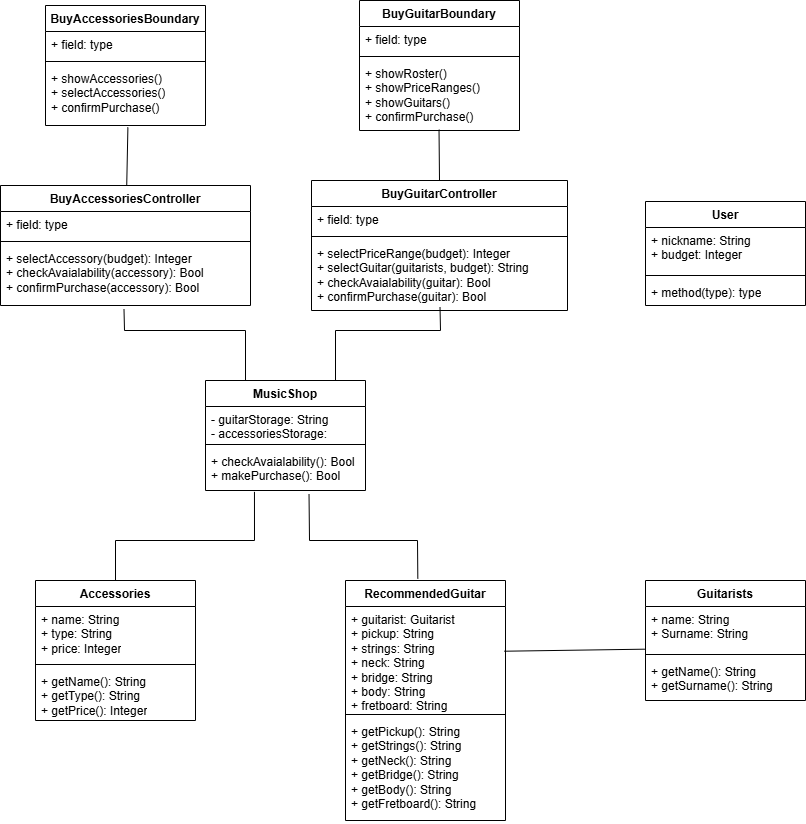
Before: diagrams/BCEM.drawio.png, a diagram exported from draw.io (TizianoLilli/ISPW-Project). Source tidied: cells renumbered, new cells last; positions are measured from the earlier drawing's top-left corner, leaving out a move shared by most shapes.
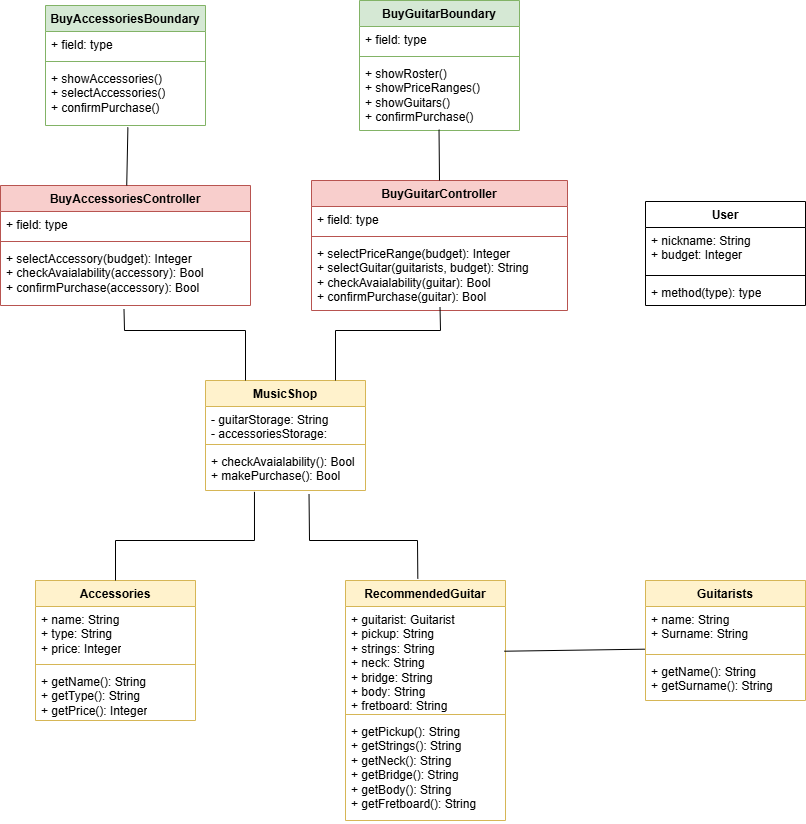
The same diagram one commit later.

What changed in the source:
```diff
@@ -2,7 +2,7 @@
   <root>
     <mxCell id="0" />
     <mxCell id="1" parent="0" />
-    <mxCell id="2" value="Guitarists" style="swimlane;fontStyle=1;align=center;verticalAlign=top;horizontal=1;startSize=26;whiteSpace=wrap;html=1;" parent="1" vertex="1">
+    <mxCell id="2" value="Guitarists" style="swimlane;fontStyle=1;align=center;verticalAlign=top;horizontal=1;startSize=26;whiteSpace=wrap;html=1;fillColor=#fff2cc;strokeColor=#d6b656;" parent="1" vertex="1">
       <mxGeometry x="645" y="580" width="160" height="120" as="geometry" />
     </mxCell>
     <mxCell id="3" value="+ name: String&lt;div&gt;+ Surname: String&lt;/div&gt;" style="text;strokeColor=none;fillColor=none;align=left;verticalAlign=top;spacingLeft=4;spacingRight=4;overflow=hidden;points=[[0,0.5],[1,0.5]];portConstraint=eastwest;whiteSpace=wrap;html=1;" parent="2" vertex="1">
@@ -14,7 +14,7 @@
     <mxCell id="5" value="+ getName(): String&lt;div&gt;+ getSurname(): String&lt;/div&gt;" style="text;strokeColor=none;fillColor=none;align=left;verticalAlign=top;spacingLeft=4;spacingRight=4;overflow=hidden;whiteSpace=wrap;html=1;" parent="2" vertex="1">
       <mxGeometry y="78" width="160" height="42" as="geometry" />
     </mxCell>
-    <mxCell id="6" value="RecommendedGuitar" style="swimlane;fontStyle=1;align=center;verticalAlign=top;horizontal=1;startSize=26;whiteSpace=wrap;html=1;" parent="1" vertex="1">
+    <mxCell id="6" value="RecommendedGuitar" style="swimlane;fontStyle=1;align=center;verticalAlign=top;horizontal=1;startSize=26;whiteSpace=wrap;html=1;fillColor=#fff2cc;strokeColor=#d6b656;" parent="1" vertex="1">
       <mxGeometry x="345" y="580" width="160" height="240" as="geometry" />
     </mxCell>
     <mxCell id="7" value="+ guitarist: Guitarist&lt;div&gt;+ pickup: String&lt;/div&gt;&lt;div&gt;+ strings: String&lt;/div&gt;&lt;div&gt;+ neck: String&lt;/div&gt;&lt;div&gt;+ bridge: String&lt;/div&gt;&lt;div&gt;+ body: String&lt;/div&gt;&lt;div&gt;+ fretboard: String&lt;/div&gt;" style="text;strokeColor=none;fillColor=none;align=left;verticalAlign=top;spacingLeft=4;spacingRight=4;overflow=hidden;points=[[0,0.5],[1,0.5]];portConstraint=eastwest;whiteSpace=wrap;html=1;" parent="6" vertex="1">
@@ -38,7 +38,7 @@
     <mxCell id="13" value="+ method(type): type" style="text;strokeColor=none;fillColor=none;align=left;verticalAlign=top;spacingLeft=4;spacingRight=4;overflow=hidden;whiteSpace=wrap;html=1;" parent="10" vertex="1">
       <mxGeometry y="78" width="160" height="26" as="geometry" />
     </mxCell>
-    <mxCell id="14" value="BuyGuitarController" style="swimlane;fontStyle=1;align=center;verticalAlign=top;horizontal=1;startSize=26;whiteSpace=wrap;html=1;" parent="1" vertex="1">
+    <mxCell id="14" value="BuyGuitarController" style="swimlane;fontStyle=1;align=center;verticalAlign=top;horizontal=1;startSize=26;whiteSpace=wrap;html=1;fillColor=#f8cecc;strokeColor=#b85450;" parent="1" vertex="1">
       <mxGeometry x="311" y="180" width="256" height="130" as="geometry" />
     </mxCell>
     <mxCell id="15" value="+ field: type" style="text;strokeColor=none;fillColor=none;align=left;verticalAlign=top;spacingLeft=4;spacingRight=4;overflow=hidden;whiteSpace=wrap;html=1;" parent="14" vertex="1">
@@ -50,7 +50,7 @@
     <mxCell id="17" value="+ selectPriceRange(budget): Integer&lt;div&gt;+ selectGuitar(guitarists, budget): String&lt;/div&gt;&lt;div&gt;+ checkAvaialability(guitar): Bool&lt;/div&gt;&lt;div&gt;+ confirmPurchase(guitar): Bool&lt;/div&gt;" style="text;strokeColor=none;fillColor=none;align=left;verticalAlign=top;spacingLeft=4;spacingRight=4;overflow=hidden;points=[[0,0.5],[1,0.5]];portConstraint=eastwest;whiteSpace=wrap;html=1;" parent="14" vertex="1">
       <mxGeometry y="60" width="256" height="70" as="geometry" />
     </mxCell>
-    <mxCell id="18" value="BuyGuitarBoundary" style="swimlane;fontStyle=1;align=center;verticalAlign=top;horizontal=1;startSize=26;whiteSpace=wrap;html=1;" parent="1" vertex="1">
+    <mxCell id="18" value="BuyGuitarBoundary" style="swimlane;fontStyle=1;align=center;verticalAlign=top;horizontal=1;startSize=26;whiteSpace=wrap;html=1;fillColor=#d5e8d4;strokeColor=#82b366;" parent="1" vertex="1">
       <mxGeometry x="359" width="160" height="130" as="geometry" />
     </mxCell>
     <mxCell id="19" value="+ field: type" style="text;strokeColor=none;fillColor=none;align=left;verticalAlign=top;spacingLeft=4;spacingRight=4;overflow=hidden;whiteSpace=wrap;html=1;" parent="18" vertex="1">
@@ -68,7 +68,7 @@
     <mxCell id="23" style="endArrow=none;html=1;rounded=0;exitX=0.497;exitY=0.988;exitDx=0;exitDy=0;entryX=0.5;entryY=0;entryDx=0;entryDy=0;exitPerimeter=0;" parent="1" edge="1" source="21" target="14">
       <mxGeometry relative="1" as="geometry" />
     </mxCell>
-    <mxCell id="24" value="MusicShop" style="swimlane;fontStyle=1;align=center;verticalAlign=top;horizontal=1;startSize=26;whiteSpace=wrap;html=1;" parent="1" vertex="1">
+    <mxCell id="24" value="MusicShop" style="swimlane;fontStyle=1;align=center;verticalAlign=top;horizontal=1;startSize=26;whiteSpace=wrap;html=1;fillColor=#fff2cc;strokeColor=#d6b656;" parent="1" vertex="1">
       <mxGeometry x="205" y="380" width="160" height="110" as="geometry" />
     </mxCell>
     <mxCell id="25" value="- guitarStorage: String&lt;div&gt;- accessoriesStorage: String&lt;/div&gt;" style="text;strokeColor=none;fillColor=none;align=left;verticalAlign=top;spacingLeft=4;spacingRight=4;overflow=hidden;whiteSpace=wrap;html=1;" parent="24" vertex="1">
@@ -80,7 +80,7 @@
     <mxCell id="27" value="+ checkAvaialability(): Bool&lt;div&gt;+ makePurchase(): Bool&lt;/div&gt;" style="text;strokeColor=none;fillColor=none;align=left;verticalAlign=top;spacingLeft=4;spacingRight=4;overflow=hidden;points=[[0,0.5],[1,0.5]];portConstraint=eastwest;whiteSpace=wrap;html=1;" parent="24" vertex="1">
       <mxGeometry y="68" width="160" height="42" as="geometry" />
     </mxCell>
-    <mxCell id="28" value="Accessories" style="swimlane;fontStyle=1;align=center;verticalAlign=top;horizontal=1;startSize=26;whiteSpace=wrap;html=1;" parent="1" vertex="1">
+    <mxCell id="28" value="Accessories" style="swimlane;fontStyle=1;align=center;verticalAlign=top;horizontal=1;startSize=26;whiteSpace=wrap;html=1;fillColor=#fff2cc;strokeColor=#d6b656;" parent="1" vertex="1">
       <mxGeometry x="35" y="580" width="160" height="140" as="geometry" />
     </mxCell>
     <mxCell id="29" value="+ name: String&lt;div&gt;+ type: String&lt;/div&gt;&lt;div&gt;+ price: Integer&lt;/div&gt;" style="text;strokeColor=none;fillColor=none;align=left;verticalAlign=top;spacingLeft=4;spacingRight=4;overflow=hidden;whiteSpace=wrap;html=1;" parent="28" vertex="1">
@@ -92,7 +92,7 @@
     <mxCell id="31" value="+ getName(): String&lt;div&gt;+ getType(): String&lt;/div&gt;&lt;div&gt;+ getPrice(): Integer&lt;/div&gt;" style="text;strokeColor=none;fillColor=none;align=left;verticalAlign=top;spacingLeft=4;spacingRight=4;overflow=hidden;whiteSpace=wrap;html=1;" parent="28" vertex="1">
       <mxGeometry y="88" width="160" height="52" as="geometry" />
     </mxCell>
-    <mxCell id="32" value="BuyAccessoriesController" style="swimlane;fontStyle=1;align=center;verticalAlign=top;horizontal=1;startSize=26;whiteSpace=wrap;html=1;" parent="1" vertex="1">
+    <mxCell id="32" value="BuyAccessoriesController" style="swimlane;fontStyle=1;align=center;verticalAlign=top;horizontal=1;startSize=26;whiteSpace=wrap;html=1;fillColor=#f8cecc;strokeColor=#b85450;" parent="1" vertex="1">
       <mxGeometry y="185" width="250" height="120" as="geometry" />
     </mxCell>
     <mxCell id="33" value="+ field: type" style="text;strokeColor=none;fillColor=none;align=left;verticalAlign=top;spacingLeft=4;spacingRight=4;overflow=hidden;whiteSpace=wrap;html=1;" parent="32" vertex="1">
@@ -104,7 +104,7 @@
     <mxCell id="35" value="+ selectAccessory(budget): Integer&lt;div&gt;+ checkAvaialability(accessory): Bool&lt;/div&gt;&lt;div&gt;+ confirmPurchase(accessory): Bool&lt;/div&gt;" style="text;strokeColor=none;fillColor=none;align=left;verticalAlign=top;spacingLeft=4;spacingRight=4;overflow=hidden;points=[[0,0.5],[1,0.5]];portConstraint=eastwest;whiteSpace=wrap;html=1;" parent="32" vertex="1">
       <mxGeometry y="60" width="250" height="60" as="geometry" />
     </mxCell>
-    <mxCell id="36" value="BuyAccessoriesBoundary" style="swimlane;fontStyle=1;align=center;verticalAlign=top;horizontal=1;startSize=26;whiteSpace=wrap;html=1;" parent="1" vertex="1">
+    <mxCell id="36" value="BuyAccessoriesBoundary" style="swimlane;fontStyle=1;align=center;verticalAlign=top;horizontal=1;startSize=26;whiteSpace=wrap;html=1;fillColor=#d5e8d4;strokeColor=#82b366;" parent="1" vertex="1">
       <mxGeometry x="45" y="5" width="160" height="120" as="geometry" />
     </mxCell>
     <mxCell id="37" value="+ field: type" style="text;strokeColor=none;fillColor=none;align=left;verticalAlign=top;spacingLeft=4;spacingRight=4;overflow=hidden;whiteSpace=wrap;html=1;" parent="36" vertex="1">
```
